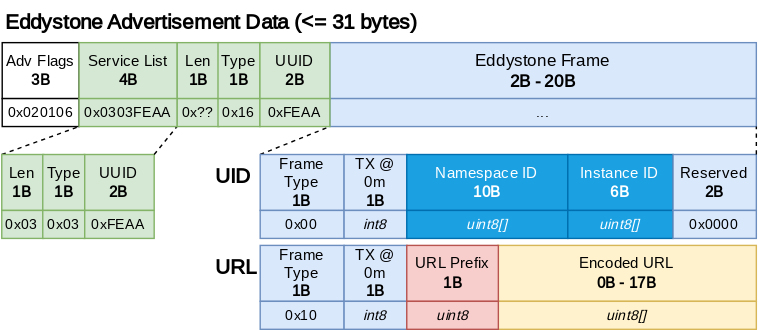
SemBeacon/sembeacon.org keeps this draw.io diagram as slides/iot2023/images/eddystone.svg. Above is the earlier version. Source tidied: cells renumbered, new cells last; positions are measured from the earlier drawing's top-left corner, leaving out a move shared by most shapes.
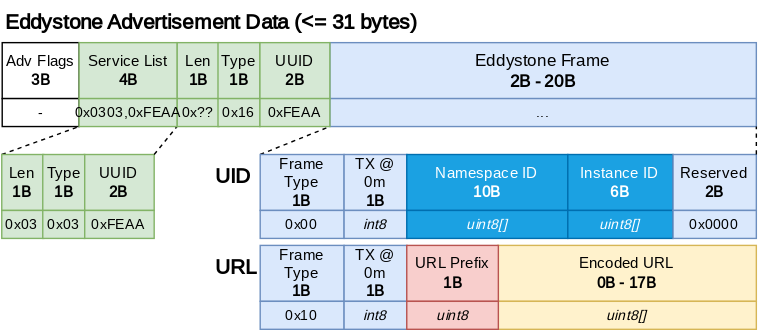
After the change.

Change to the diagram source:
```diff
@@ -82,7 +82,7 @@
     <mxCell id="27" value="Adv Flags&lt;br style=&quot;font-size: 11px;&quot;&gt;&lt;b style=&quot;font-size: 11px;&quot;&gt;3B&lt;/b&gt;" style="rounded=0;whiteSpace=wrap;html=1;fontFamily=Inconsolata;fontSource=https%3A%2F%2Ffonts.googleapis.com%2Fcss%3Ffamily%3DInconsolata;fontSize=11;" parent="1" vertex="1">
       <mxGeometry x="0.7" y="30" width="55" height="40" as="geometry" />
     </mxCell>
-    <mxCell id="28" value="0x020106" style="rounded=0;whiteSpace=wrap;html=1;fontFamily=Inconsolata;fontSource=https%3A%2F%2Ffonts.googleapis.com%2Fcss%3Ffamily%3DInconsolata;fontSize=10;" parent="1" vertex="1">
+    <mxCell id="28" value="-" style="rounded=0;whiteSpace=wrap;html=1;fontFamily=Inconsolata;fontSource=https%3A%2F%2Ffonts.googleapis.com%2Fcss%3Ffamily%3DInconsolata;fontSize=10;" parent="1" vertex="1">
       <mxGeometry x="0.7" y="70" width="55" height="20" as="geometry" />
     </mxCell>
     <mxCell id="29" value="Len&lt;br style=&quot;font-size: 11px;&quot;&gt;&lt;b style=&quot;font-size: 11px;&quot;&gt;1B&lt;/b&gt;" style="rounded=0;whiteSpace=wrap;html=1;fontFamily=Inconsolata;fontSource=https%3A%2F%2Ffonts.googleapis.com%2Fcss%3Ffamily%3DInconsolata;fontSize=11;fillColor=#d5e8d4;strokeColor=#82b366;" parent="1" vertex="1">
@@ -130,7 +130,7 @@
     <mxCell id="43" value="Service List&lt;br style=&quot;font-size: 11px;&quot;&gt;&lt;b style=&quot;font-size: 11px;&quot;&gt;4B&lt;/b&gt;" style="rounded=0;whiteSpace=wrap;html=1;fontFamily=Inconsolata;fontSource=https%3A%2F%2Ffonts.googleapis.com%2Fcss%3Ffamily%3DInconsolata;fontSize=11;fillColor=#d5e8d4;strokeColor=#82b366;" parent="1" vertex="1">
       <mxGeometry x="55.7" y="30" width="70" height="40" as="geometry" />
     </mxCell>
-    <mxCell id="44" value="0x0303FEAA" style="rounded=0;whiteSpace=wrap;html=1;fontFamily=Inconsolata;fontSource=https%3A%2F%2Ffonts.googleapis.com%2Fcss%3Ffamily%3DInconsolata;fontSize=10;fillColor=#d5e8d4;strokeColor=#82b366;" parent="1" vertex="1">
+    <mxCell id="44" value="0x0303,0xFEAA" style="rounded=0;whiteSpace=wrap;html=1;fontFamily=Inconsolata;fontSource=https%3A%2F%2Ffonts.googleapis.com%2Fcss%3Ffamily%3DInconsolata;fontSize=10;fillColor=#d5e8d4;strokeColor=#82b366;" parent="1" vertex="1">
       <mxGeometry x="55.7" y="70" width="70" height="20" as="geometry" />
     </mxCell>
   </root>
```
